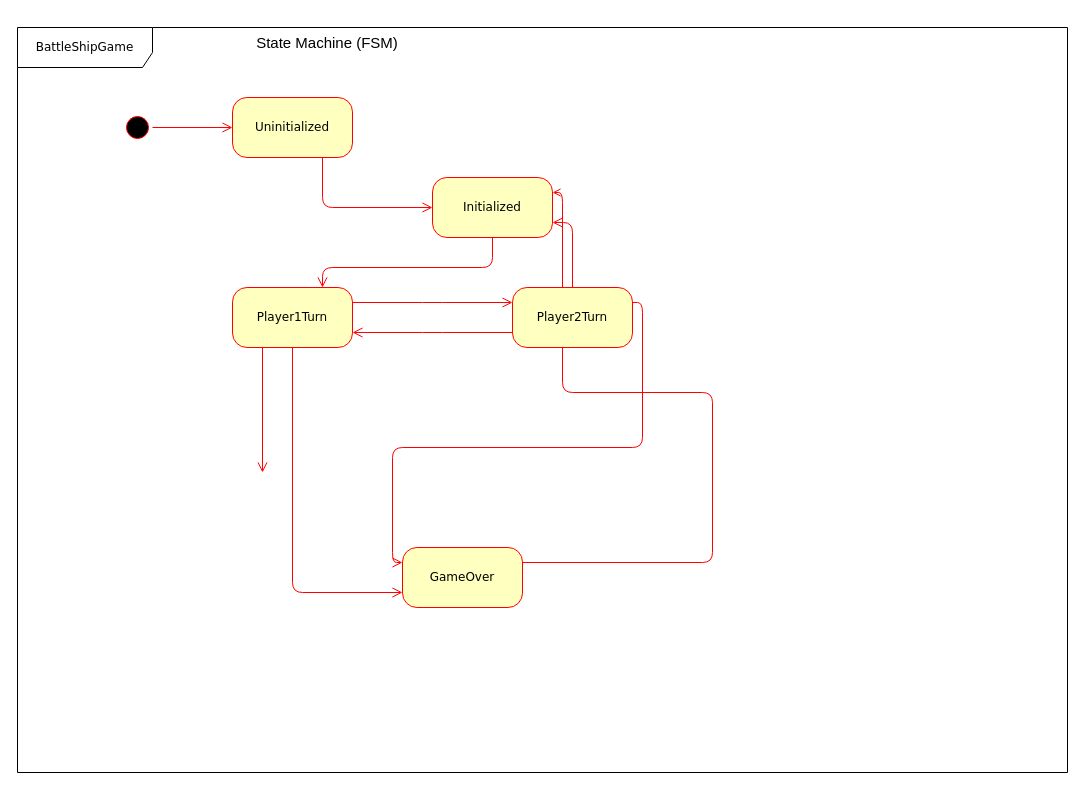
This is Dokumente/Diagramme/raw_Files/FSM_Diagramm.drawio from Vivienne-00/battleship_2024, a draw.io file, before an edit. Source tidied: cells renumbered, new cells numbered last; positions are measured from the earlier drawing's top-left corner, leaving out a move shared by most shapes. Both pictures are drawn from the tidied source at 100%, with x=0, y=0 at pixel (17, 27).
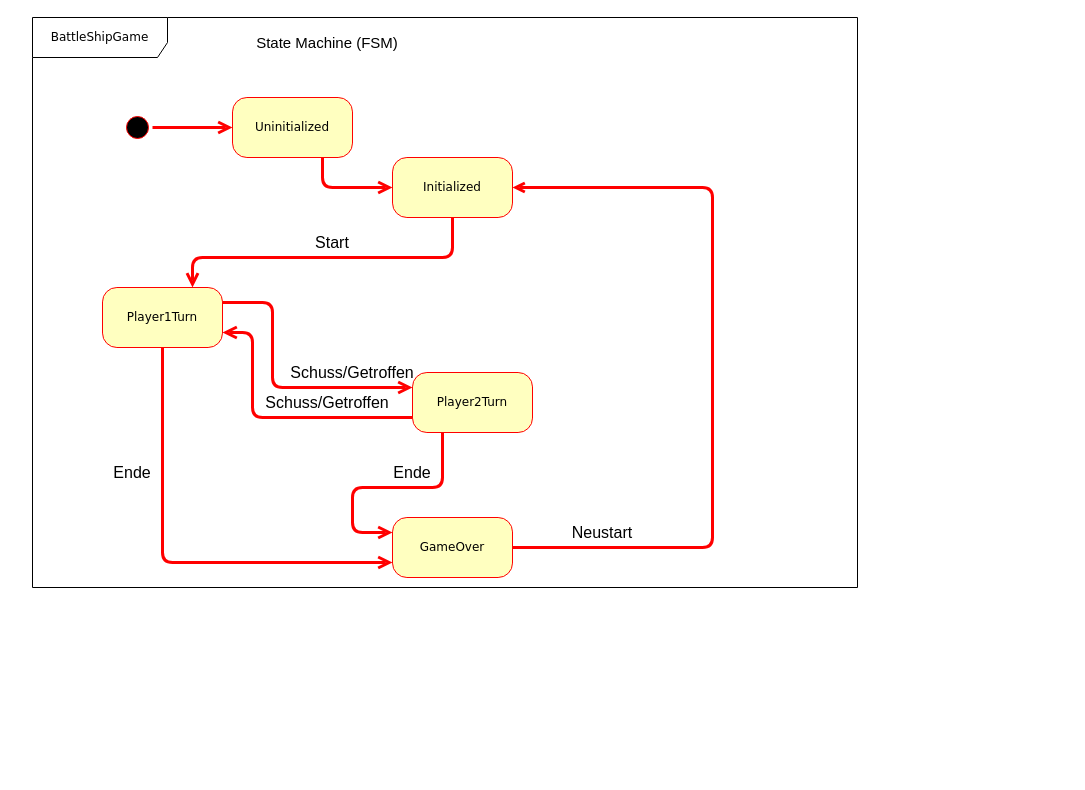
After the change.

Commit message (it also covers changes not shown here):
FSM bearbeitet

The change refers to these unchanged cells:
```xml
<mxCell id="3" style="ellipse;html=1;shape=startState;fillColor=#000000;strokeColor=#ff0000;rounded=1;shadow=0;comic=0;labelBackgroundColor=none;fontFamily=Verdana;fontSize=12;fontColor=#000000;align=center;direction=south;" parent="1" vertex="1">
  <mxGeometry x="105" y="85" width="30" height="30" as="geometry" />
</mxCell>
<mxCell id="5" value="Uninitialized" style="rounded=1;whiteSpace=wrap;html=1;arcSize=24;fillColor=#ffffc0;strokeColor=#ff0000;shadow=0;comic=0;labelBackgroundColor=none;fontFamily=Verdana;fontSize=12;fontColor=#000000;align=center;" parent="1" vertex="1">
  <mxGeometry x="215" y="70" width="120" height="60" as="geometry" />
</mxCell>
```

Diff of the diagram source:
```diff
@@
     <mxCell id="2" value="BattleShipGame" style="shape=umlFrame;whiteSpace=wrap;html=1;rounded=1;shadow=0;comic=0;labelBackgroundColor=none;strokeWidth=1;fontFamily=Verdana;fontSize=12;align=center;width=135;height=40;" parent="1" vertex="1">
-      <mxGeometry width="1050" height="745" as="geometry" />
+      <mxGeometry x="15" y="-10" width="825" height="570" as="geometry" />
     </mxCell>
@@
     <mxCell id="4" value="Player1Turn" style="rounded=1;whiteSpace=wrap;html=1;arcSize=24;fillColor=#ffffc0;strokeColor=#ff0000;shadow=0;comic=0;labelBackgroundColor=none;fontFamily=Verdana;fontSize=12;fontColor=#000000;align=center;" parent="1" vertex="1">
-      <mxGeometry x="215" y="260" width="120" height="60" as="geometry" />
+      <mxGeometry x="85" y="260" width="120" height="60" as="geometry" />
     </mxCell>
@@
-    <mxCell id="6" style="edgeStyle=orthogonalEdgeStyle;html=1;exitX=1;exitY=0.25;entryX=1;entryY=0.25;labelBackgroundColor=none;endArrow=none;endSize=8;strokeColor=#ff0000;fontFamily=Verdana;fontSize=12;align=left;startArrow=open;startFill=0;endFill=0;entryDx=0;entryDy=0;" parent="1" edge="1" source="7" target="9">
+    <mxCell id="6" style="edgeStyle=orthogonalEdgeStyle;html=1;entryX=1;entryY=0.5;labelBackgroundColor=none;endArrow=none;endSize=8;strokeColor=#ff0000;fontFamily=Verdana;fontSize=12;align=left;startArrow=open;startFill=0;endFill=0;entryDx=0;entryDy=0;strokeWidth=3;exitX=1;exitY=0.5;exitDx=0;exitDy=0;" parent="1" edge="1" source="7" target="9">
       <mxGeometry relative="1" as="geometry">
         <Array as="points">
-          <mxPoint x="545" y="165" />
-          <mxPoint x="545" y="365" />
-          <mxPoint x="695" y="365" />
-          <mxPoint x="695" y="535" />
+          <mxPoint x="695" y="160" />
+          <mxPoint x="695" y="520" />
         </Array>
       </mxGeometry>
     </mxCell>
     <mxCell id="7" value="Initialized" style="rounded=1;whiteSpace=wrap;html=1;arcSize=24;fillColor=#ffffc0;strokeColor=#ff0000;shadow=0;comic=0;labelBackgroundColor=none;fontFamily=Verdana;fontSize=12;fontColor=#000000;align=center;" parent="1" vertex="1">
-      <mxGeometry x="415" y="150" width="120" height="60" as="geometry" />
+      <mxGeometry x="375" y="130" width="120" height="60" as="geometry" />
     </mxCell>
-    <mxCell id="8" style="edgeStyle=elbowEdgeStyle;html=1;exitX=0.5;exitY=1;labelBackgroundColor=none;endArrow=open;endSize=8;strokeColor=#ff0000;fontFamily=Verdana;fontSize=12;align=left;exitDx=0;exitDy=0;entryX=0;entryY=0.75;entryDx=0;entryDy=0;" parent="1" edge="1" source="4" target="9">
+    <mxCell id="8" style="edgeStyle=elbowEdgeStyle;html=1;exitX=0.5;exitY=1;labelBackgroundColor=none;endArrow=open;endSize=8;strokeColor=#ff0000;fontFamily=Verdana;fontSize=12;align=left;exitDx=0;exitDy=0;entryX=0;entryY=0.75;entryDx=0;entryDy=0;strokeWidth=3;" parent="1" edge="1" source="4" target="9">
       <mxGeometry relative="1" as="geometry">
         <Array as="points">
-          <mxPoint x="275" y="320" />
+          <mxPoint x="145" y="410" />
         </Array>
       </mxGeometry>
     </mxCell>
     <mxCell id="9" value="GameOver" style="rounded=1;whiteSpace=wrap;html=1;arcSize=24;fillColor=#ffffc0;strokeColor=#ff0000;shadow=0;comic=0;labelBackgroundColor=none;fontFamily=Verdana;fontSize=12;fontColor=#000000;align=center;" parent="1" vertex="1">
-      <mxGeometry x="385" y="520" width="120" height="60" as="geometry" />
+      <mxGeometry x="375" y="490" width="120" height="60" as="geometry" />
     </mxCell>
     <mxCell id="10" value="Player2Turn" style="rounded=1;whiteSpace=wrap;html=1;arcSize=24;fillColor=#ffffc0;strokeColor=#ff0000;shadow=0;comic=0;labelBackgroundColor=none;fontFamily=Verdana;fontSize=12;fontColor=#000000;align=center;" parent="1" vertex="1">
-      <mxGeometry x="495" y="260" width="120" height="60" as="geometry" />
+      <mxGeometry x="395" y="345" width="120" height="60" as="geometry" />
     </mxCell>
-    <mxCell id="11" style="edgeStyle=orthogonalEdgeStyle;html=1;labelBackgroundColor=none;endArrow=open;endSize=8;strokeColor=#ff0000;fontFamily=Verdana;fontSize=12;align=left;" parent="1" edge="1" source="3" target="5">
+    <mxCell id="11" style="edgeStyle=orthogonalEdgeStyle;html=1;labelBackgroundColor=none;endArrow=open;endSize=8;strokeColor=#ff0000;fontFamily=Verdana;fontSize=12;align=left;strokeWidth=3;" parent="1" edge="1" source="3" target="5">
       <mxGeometry relative="1" as="geometry" />
     </mxCell>
-    <mxCell id="12" style="edgeStyle=orthogonalEdgeStyle;html=1;labelBackgroundColor=none;endArrow=open;endSize=8;strokeColor=#ff0000;fontFamily=Verdana;fontSize=12;align=left;entryX=0;entryY=0.5;" parent="1" edge="1" source="5" target="7">
+    <mxCell id="12" style="edgeStyle=orthogonalEdgeStyle;html=1;labelBackgroundColor=none;endArrow=open;endSize=8;strokeColor=#ff0000;fontFamily=Verdana;fontSize=12;align=left;entryX=0;entryY=0.5;strokeWidth=3;" parent="1" edge="1" source="5" target="7">
       <mxGeometry relative="1" as="geometry">
         <Array as="points">
-          <mxPoint x="305" y="180" />
+          <mxPoint x="305" y="160" />
         </Array>
       </mxGeometry>
     </mxCell>
-    <mxCell id="13" style="edgeStyle=orthogonalEdgeStyle;html=1;entryX=0.75;entryY=0;labelBackgroundColor=none;endArrow=open;endSize=8;strokeColor=#ff0000;fontFamily=Verdana;fontSize=12;align=left;exitX=0.5;exitY=1;" parent="1" edge="1" source="7" target="4">
+    <mxCell id="13" style="edgeStyle=orthogonalEdgeStyle;html=1;entryX=0.75;entryY=0;labelBackgroundColor=none;endArrow=open;endSize=8;strokeColor=#ff0000;fontFamily=Verdana;fontSize=12;align=left;exitX=0.5;exitY=1;strokeWidth=3;" parent="1" edge="1" source="7" target="4">
       <mxGeometry relative="1" as="geometry">
         <Array as="points">
-          <mxPoint x="475" y="240" />
-          <mxPoint x="305" y="240" />
+          <mxPoint x="435" y="230" />
+          <mxPoint x="175" y="230" />
         </Array>
       </mxGeometry>
     </mxCell>
-    <mxCell id="14" style="edgeStyle=orthogonalEdgeStyle;html=1;exitX=1;exitY=0.25;entryX=0;entryY=0.25;labelBackgroundColor=none;endArrow=open;endSize=8;strokeColor=#ff0000;fontFamily=Verdana;fontSize=12;align=left;exitDx=0;exitDy=0;entryDx=0;entryDy=0;" parent="1" edge="1" source="4" target="10">
+    <mxCell id="14" style="edgeStyle=orthogonalEdgeStyle;html=1;exitX=1;exitY=0.25;entryX=0;entryY=0.25;labelBackgroundColor=none;endArrow=open;endSize=8;strokeColor=#ff0000;fontFamily=Verdana;fontSize=12;align=left;exitDx=0;exitDy=0;entryDx=0;entryDy=0;strokeWidth=3;" parent="1" edge="1" source="4" target="10">
       <mxGeometry relative="1" as="geometry">
         <Array as="points">
-          <mxPoint x="415" y="275" />
-          <mxPoint x="415" y="275" />
+          <mxPoint x="255" y="275" />
+          <mxPoint x="255" y="360" />
         </Array>
       </mxGeometry>
     </mxCell>
-    <mxCell id="15" style="edgeStyle=orthogonalEdgeStyle;html=1;exitX=0.5;exitY=0;entryX=1;entryY=0.75;labelBackgroundColor=none;endArrow=open;endSize=8;strokeColor=#ff0000;fontFamily=Verdana;fontSize=12;align=left;" parent="1" edge="1" source="10" target="7">
-      <mxGeometry relative="1" as="geometry" />
-    </mxCell>
-    <mxCell id="16" style="edgeStyle=orthogonalEdgeStyle;html=1;exitX=1;exitY=0.25;entryX=0;entryY=0.25;labelBackgroundColor=none;endArrow=open;endSize=8;strokeColor=#ff0000;fontFamily=Verdana;fontSize=12;align=left;" parent="1" edge="1" source="10" target="9">
-      <mxGeometry relative="1" as="geometry" />
+    <mxCell id="16" style="edgeStyle=orthogonalEdgeStyle;html=1;exitX=0.25;exitY=1;entryX=0;entryY=0.25;labelBackgroundColor=none;endArrow=open;endSize=8;strokeColor=#ff0000;fontFamily=Verdana;fontSize=12;align=left;exitDx=0;exitDy=0;strokeWidth=3;" parent="1" edge="1" source="10" target="9">
+      <mxGeometry relative="1" as="geometry">
+        <Array as="points">
+          <mxPoint x="425" y="460" />
+          <mxPoint x="335" y="460" />
+          <mxPoint x="335" y="505" />
+        </Array>
+      </mxGeometry>
     </mxCell>
-    <mxCell id="17" style="edgeStyle=elbowEdgeStyle;html=1;labelBackgroundColor=none;endArrow=open;endSize=8;strokeColor=#ff0000;fontFamily=Verdana;fontSize=12;align=left;exitX=0.25;exitY=1;" parent="1" edge="1" source="4">
-      <mxGeometry relative="1" as="geometry">
-        <mxPoint x="245" y="445" as="targetPoint" />
-      </mxGeometry>
-    </mxCell>
@@
-    <mxCell id="19" style="edgeStyle=orthogonalEdgeStyle;html=1;exitX=0;exitY=0.75;entryX=1;entryY=0.75;labelBackgroundColor=none;endArrow=open;endSize=8;strokeColor=#ff0000;fontFamily=Verdana;fontSize=12;align=left;exitDx=0;exitDy=0;entryDx=0;entryDy=0;" parent="1" edge="1" source="10" target="4">
+    <mxCell id="19" style="edgeStyle=orthogonalEdgeStyle;html=1;exitX=0;exitY=0.75;entryX=1;entryY=0.75;labelBackgroundColor=none;endArrow=open;endSize=8;strokeColor=#ff0000;fontFamily=Verdana;fontSize=12;align=left;exitDx=0;exitDy=0;entryDx=0;entryDy=0;strokeWidth=3;" parent="1" edge="1" source="10" target="4">
       <mxGeometry relative="1" as="geometry">
         <Array as="points">
-          <mxPoint x="415" y="305" />
-          <mxPoint x="415" y="305" />
+          <mxPoint x="235" y="390" />
+          <mxPoint x="235" y="305" />
         </Array>
       </mxGeometry>
     </mxCell>
+    <mxCell id="20" value="&lt;font style=&quot;font-size: 16px;&quot;&gt;Start&lt;/font&gt;" style="text;html=1;strokeColor=none;fillColor=none;align=center;verticalAlign=middle;whiteSpace=wrap;rounded=0;" parent="1" vertex="1">
+      <mxGeometry x="285" y="200" width="60" height="30" as="geometry" />
+    </mxCell>
+    <mxCell id="21" value="&lt;font style=&quot;font-size: 16px;&quot;&gt;Schuss/Getroffen&lt;/font&gt;" style="text;html=1;strokeColor=none;fillColor=none;align=center;verticalAlign=middle;whiteSpace=wrap;rounded=0;" parent="1" vertex="1">
+      <mxGeometry x="280" y="360" width="60" height="30" as="geometry" />
+    </mxCell>
+    <mxCell id="22" value="&lt;font style=&quot;font-size: 16px;&quot;&gt;Ende&lt;/font&gt;" style="text;html=1;strokeColor=none;fillColor=none;align=center;verticalAlign=middle;whiteSpace=wrap;rounded=0;" parent="1" vertex="1">
+      <mxGeometry x="85" y="430" width="60" height="30" as="geometry" />
+    </mxCell>
+    <mxCell id="23" value="&lt;font style=&quot;font-size: 16px;&quot;&gt;Ende&lt;/font&gt;" style="text;html=1;strokeColor=none;fillColor=none;align=center;verticalAlign=middle;whiteSpace=wrap;rounded=0;" parent="1" vertex="1">
+      <mxGeometry x="365" y="430" width="60" height="30" as="geometry" />
+    </mxCell>
+    <mxCell id="24" value="&lt;font style=&quot;font-size: 16px;&quot;&gt;Schuss/Getroffen&lt;/font&gt;" style="text;html=1;strokeColor=none;fillColor=none;align=center;verticalAlign=middle;whiteSpace=wrap;rounded=0;" parent="1" vertex="1">
+      <mxGeometry x="305" y="330" width="60" height="30" as="geometry" />
+    </mxCell>
+    <mxCell id="25" value="&lt;font style=&quot;font-size: 16px;&quot;&gt;Neustart&lt;/font&gt;" style="text;html=1;strokeColor=none;fillColor=none;align=center;verticalAlign=middle;whiteSpace=wrap;rounded=0;" parent="1" vertex="1">
+      <mxGeometry x="555" y="490" width="60" height="30" as="geometry" />
+    </mxCell>
```
